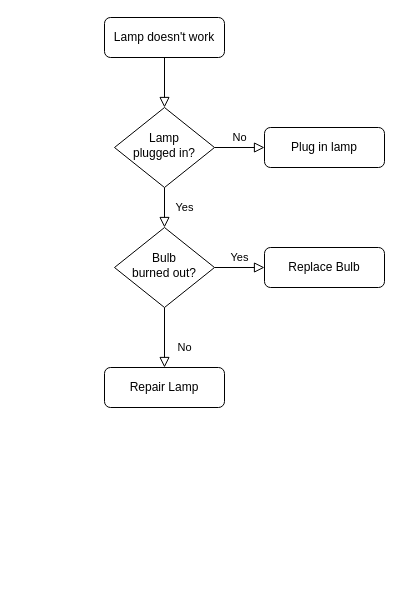
Hamzaweb49/seqmultiplier keeps this draw.io diagram as SeqMul.drawio. Above is the earlier version. Source tidied: cells renumbered, new cells numbered last; positions are measured from the earlier drawing's top-left corner, leaving out a move shared by most shapes. Both pictures are drawn from the tidied source at 100%, with x=0, y=0 at pixel (104, 17).
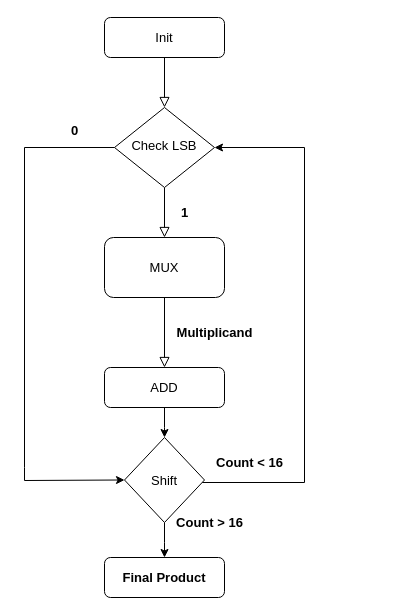
The same diagram, later.

Diff of the diagram source:
```diff
@@
-    <mxCell id="3" value="Lamp doesn't work" style="rounded=1;whiteSpace=wrap;html=1;fontSize=12;glass=0;strokeWidth=1;shadow=0;" parent="1" vertex="1">
+    <mxCell id="3" value="&lt;font style=&quot;font-size: 13px;&quot;&gt;Init&lt;/font&gt;" style="rounded=1;whiteSpace=wrap;html=1;fontSize=12;glass=0;strokeWidth=1;shadow=0;" parent="1" vertex="1">
       <mxGeometry width="120" height="40" as="geometry" />
     </mxCell>
-    <mxCell id="4" value="Yes" style="rounded=0;html=1;jettySize=auto;fontSize=11;endArrow=block;endFill=0;endSize=8;strokeWidth=1;shadow=0;labelBackgroundColor=none;edgeStyle=orthogonalEdgeStyle;" parent="1" edge="1" source="6" target="10">
+    <mxCell id="4" value="&lt;font style=&quot;font-size: 13px;&quot;&gt;&lt;b&gt;1&lt;/b&gt;&lt;/font&gt;" style="rounded=0;html=1;jettySize=auto;fontSize=11;endArrow=block;endFill=0;endSize=8;strokeWidth=1;shadow=0;labelBackgroundColor=none;edgeStyle=orthogonalEdgeStyle;entryX=0.5;entryY=0;entryDx=0;entryDy=0;" parent="1" edge="1" source="6" target="16">
       <mxGeometry y="20" relative="1" as="geometry" />
     </mxCell>
-    <mxCell id="5" value="No" style="edgeStyle=orthogonalEdgeStyle;rounded=0;html=1;jettySize=auto;fontSize=11;endArrow=block;endFill=0;endSize=8;strokeWidth=1;shadow=0;labelBackgroundColor=none;" parent="1" edge="1" source="6" target="7">
-      <mxGeometry y="10" relative="1" as="geometry" />
-    </mxCell>
-    <mxCell id="6" value="Lamp&lt;br&gt;plugged in?" style="rhombus;whiteSpace=wrap;html=1;shadow=0;fontFamily=Helvetica;fontSize=12;align=center;strokeWidth=1;spacing=6;spacingTop=-4;" parent="1" vertex="1">
+    <mxCell id="6" value="&lt;font style=&quot;font-size: 13px;&quot;&gt;Check LSB&lt;/font&gt;" style="rhombus;whiteSpace=wrap;html=1;shadow=0;fontFamily=Helvetica;fontSize=12;align=center;strokeWidth=1;spacing=6;spacingTop=-4;" parent="1" vertex="1">
       <mxGeometry x="10" y="90" width="100" height="80" as="geometry" />
     </mxCell>
-    <mxCell id="7" value="Plug in lamp" style="rounded=1;whiteSpace=wrap;html=1;fontSize=12;glass=0;strokeWidth=1;shadow=0;" parent="1" vertex="1">
-      <mxGeometry x="160" y="110" width="120" height="40" as="geometry" />
-    </mxCell>
-    <mxCell id="8" value="No" style="rounded=0;html=1;jettySize=auto;fontSize=11;endArrow=block;endFill=0;endSize=8;strokeWidth=1;shadow=0;labelBackgroundColor=none;edgeStyle=orthogonalEdgeStyle;" parent="1" edge="1" source="10" target="11">
-      <mxGeometry x="0.33" y="20" relative="1" as="geometry" />
+    <mxCell id="8" value="&lt;b&gt;&lt;font style=&quot;font-size: 13px;&quot;&gt;Multiplicand&lt;/font&gt;&lt;/b&gt;" style="rounded=0;html=1;jettySize=auto;fontSize=11;endArrow=block;endFill=0;endSize=8;strokeWidth=1;shadow=0;labelBackgroundColor=none;edgeStyle=orthogonalEdgeStyle;exitX=0.5;exitY=1;exitDx=0;exitDy=0;" parent="1" edge="1" source="16" target="11">
+      <mxGeometry y="50" relative="1" as="geometry" />
     </mxCell>
-    <mxCell id="9" value="Yes" style="edgeStyle=orthogonalEdgeStyle;rounded=0;html=1;jettySize=auto;fontSize=11;endArrow=block;endFill=0;endSize=8;strokeWidth=1;shadow=0;labelBackgroundColor=none;" parent="1" edge="1" source="10" target="12">
-      <mxGeometry y="10" relative="1" as="geometry" />
-    </mxCell>
-    <mxCell id="10" value="Bulb&lt;br&gt;burned out?" style="rhombus;whiteSpace=wrap;html=1;shadow=0;fontFamily=Helvetica;fontSize=12;align=center;strokeWidth=1;spacing=6;spacingTop=-4;" parent="1" vertex="1">
-      <mxGeometry x="10" y="210" width="100" height="80" as="geometry" />
-    </mxCell>
+    <mxCell id="13" style="edgeStyle=orthogonalEdgeStyle;rounded=0;jettySize=auto;html=1;" parent="1" edge="1" source="11">
+      <mxGeometry relative="1" as="geometry">
+        <mxPoint x="60" y="420" as="targetPoint" />
+      </mxGeometry>
+    </mxCell>
-    <mxCell id="11" value="Repair Lamp" style="rounded=1;whiteSpace=wrap;html=1;fontSize=12;glass=0;strokeWidth=1;shadow=0;" parent="1" vertex="1">
+    <mxCell id="11" value="&lt;font style=&quot;font-size: 13px;&quot;&gt;ADD&lt;/font&gt;" style="rounded=1;whiteSpace=wrap;html=1;fontSize=12;glass=0;strokeWidth=1;shadow=0;" parent="1" vertex="1">
       <mxGeometry y="350" width="120" height="40" as="geometry" />
     </mxCell>
-    <mxCell id="12" value="Replace Bulb" style="rounded=1;whiteSpace=wrap;html=1;fontSize=12;glass=0;strokeWidth=1;shadow=0;" parent="1" vertex="1">
-      <mxGeometry x="160" y="230" width="120" height="40" as="geometry" />
-    </mxCell>
+    <mxCell id="14" style="endArrow=classic;html=1;rounded=0;entryX=0;entryY=0.5;entryDx=0;entryDy=0;" parent="1" edge="1" target="21">
+      <mxGeometry relative="1" as="geometry">
+        <mxPoint x="-80" y="450" as="sourcePoint" />
+        <Array as="points">
+          <mxPoint x="-80" y="463" />
+        </Array>
+      </mxGeometry>
+    </mxCell>
+    <mxCell id="15" style="endArrow=none;html=1;rounded=0;entryX=0;entryY=0.5;entryDx=0;entryDy=0;" parent="1" edge="1" target="6">
+      <mxGeometry relative="1" as="geometry">
+        <mxPoint x="-80" y="130" as="sourcePoint" />
+      </mxGeometry>
+    </mxCell>
+    <mxCell id="16" value="&lt;font style=&quot;font-size: 13px;&quot;&gt;MUX&lt;/font&gt;" style="rounded=1;whiteSpace=wrap;html=1;" parent="1" vertex="1">
+      <mxGeometry y="220" width="120" height="60" as="geometry" />
+    </mxCell>
+    <mxCell id="17" style="endArrow=none;html=1;rounded=0;" parent="1" edge="1">
+      <mxGeometry relative="1" as="geometry">
+        <mxPoint x="-80" y="450" as="sourcePoint" />
+        <mxPoint x="-80" y="130" as="targetPoint" />
+      </mxGeometry>
+    </mxCell>
+    <mxCell id="18" value="&lt;b&gt;&lt;font style=&quot;font-size: 13px;&quot;&gt;0&lt;/font&gt;&lt;/b&gt;" style="text;html=1;align=center;verticalAlign=middle;strokeColor=none;fillColor=none;" parent="1" vertex="1">
+      <mxGeometry x="-45" y="98" width="30" height="30" as="geometry" />
+    </mxCell>
+    <mxCell id="19" style="edgeStyle=orthogonalEdgeStyle;rounded=0;jettySize=auto;html=1;" parent="1" edge="1" source="21" target="6">
+      <mxGeometry relative="1" as="geometry">
+        <Array as="points">
+          <mxPoint x="200" y="465" />
+          <mxPoint x="200" y="130" />
+        </Array>
+      </mxGeometry>
+    </mxCell>
+    <mxCell id="20" style="edgeStyle=orthogonalEdgeStyle;rounded=0;jettySize=auto;html=1;" parent="1" edge="1" source="21">
+      <mxGeometry relative="1" as="geometry">
+        <mxPoint x="60" y="540" as="targetPoint" />
+      </mxGeometry>
+    </mxCell>
+    <mxCell id="21" value="&lt;font style=&quot;font-size: 13px;&quot;&gt;Shift&lt;/font&gt;" style="rhombus;whiteSpace=wrap;html=1;" parent="1" vertex="1">
+      <mxGeometry x="20" y="420" width="80" height="85" as="geometry" />
+    </mxCell>
+    <mxCell id="22" value="&lt;b&gt;&lt;font style=&quot;font-size: 13px;&quot;&gt;Count &amp;lt; 16&lt;/font&gt;&lt;/b&gt;" style="text;html=1;align=center;verticalAlign=middle;strokeColor=none;fillColor=none;" parent="1" vertex="1">
+      <mxGeometry x="100" y="430" width="90" height="30" as="geometry" />
+    </mxCell>
+    <mxCell id="23" value="&lt;font size=&quot;1&quot;&gt;&lt;b style=&quot;font-size: 13px;&quot;&gt;Final Product&lt;/b&gt;&lt;/font&gt;" style="rounded=1;whiteSpace=wrap;html=1;" parent="1" vertex="1">
+      <mxGeometry y="540" width="120" height="40" as="geometry" />
+    </mxCell>
+    <mxCell id="24" value="&lt;b&gt;&lt;font style=&quot;font-size: 13px;&quot;&gt;Count &amp;gt; 16&lt;/font&gt;&lt;/b&gt;" style="text;html=1;align=center;verticalAlign=middle;strokeColor=none;fillColor=none;" parent="1" vertex="1">
+      <mxGeometry x="60" y="490" width="90" height="30" as="geometry" />
+    </mxCell>
```
